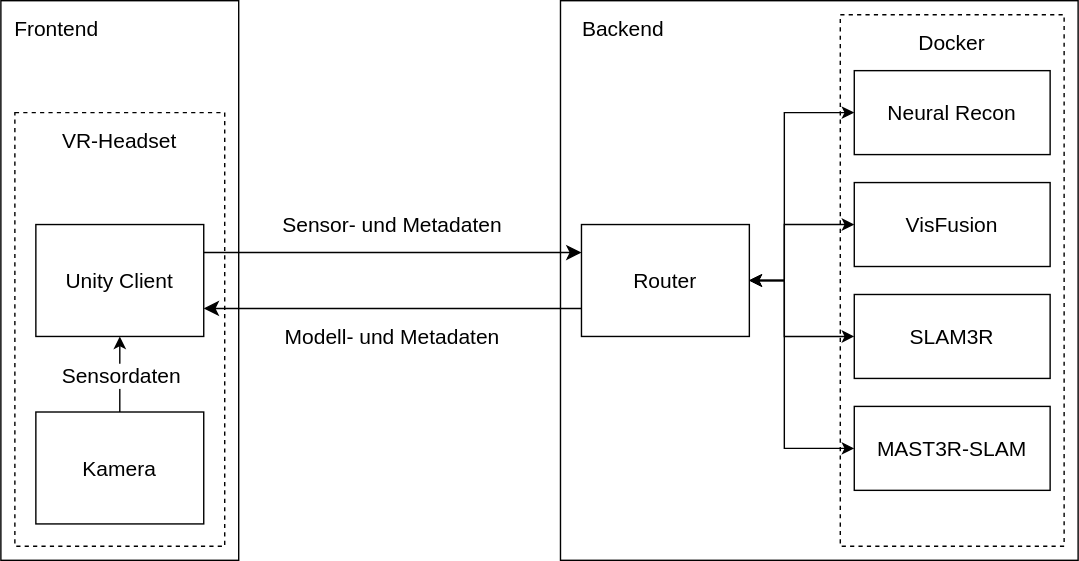
leonrohe/Thesis keeps this draw.io diagram as figures/export/gesamtarchitektur.svg. Above is the earlier version. Source tidied: cells renumbered, new cells last; positions are measured from the earlier drawing's top-left corner, leaving out a move shared by most shapes. Source of this version:
```xml
<mxGraphModel>
  <root>
    <mxCell id="0" />
    <mxCell id="1" parent="0" />
    <mxCell id="2" style="rounded=0;whiteSpace=wrap;html=1;" parent="1" vertex="1">
      <mxGeometry width="170" height="400" as="geometry" />
    </mxCell>
    <mxCell id="3" style="rounded=0;whiteSpace=wrap;html=1;dashed=1;" parent="1" vertex="1">
      <mxGeometry x="10" y="80" width="150" height="310" as="geometry" />
    </mxCell>
    <mxCell id="4" style="rounded=0;whiteSpace=wrap;html=1;" parent="1" vertex="1">
      <mxGeometry x="400" width="370" height="400" as="geometry" />
    </mxCell>
    <mxCell id="5" style="edgeStyle=orthogonalEdgeStyle;rounded=0;jettySize=auto;html=1;exitX=0;exitY=0.75;exitDx=0;exitDy=0;entryX=1;entryY=0.75;entryDx=0;entryDy=0;strokeWidth=1;endSize=8;" parent="1" edge="1" source="6" target="20">
      <mxGeometry relative="1" as="geometry" />
    </mxCell>
    <mxCell id="6" value="Router" style="rounded=0;whiteSpace=wrap;html=1;fontSize=15;" parent="1" vertex="1">
      <mxGeometry x="415" y="160" width="120" height="80" as="geometry" />
    </mxCell>
    <mxCell id="7" style="rounded=0;whiteSpace=wrap;html=1;dashed=1;" parent="1" vertex="1">
      <mxGeometry x="600" y="10" width="160" height="380" as="geometry" />
    </mxCell>
    <mxCell id="8" value="Neural Recon" style="rounded=0;whiteSpace=wrap;html=1;fontSize=15;" parent="1" vertex="1">
      <mxGeometry x="610" y="50" width="140" height="60" as="geometry" />
    </mxCell>
    <mxCell id="9" value="VisFusion" style="rounded=0;whiteSpace=wrap;html=1;fontSize=15;" parent="1" vertex="1">
      <mxGeometry x="610" y="130" width="140" height="60" as="geometry" />
    </mxCell>
    <mxCell id="10" value="MAST3R-SLAM" style="rounded=0;whiteSpace=wrap;html=1;fontSize=15;" parent="1" vertex="1">
      <mxGeometry x="610" y="290" width="140" height="60" as="geometry" />
    </mxCell>
    <mxCell id="11" value="SLAM3R" style="rounded=0;whiteSpace=wrap;html=1;fontSize=15;" parent="1" vertex="1">
      <mxGeometry x="610" y="210" width="140" height="60" as="geometry" />
    </mxCell>
    <mxCell id="12" value="Backend" style="text;html=1;align=center;verticalAlign=middle;whiteSpace=wrap;rounded=0;fontSize=15;" parent="1" vertex="1">
      <mxGeometry x="400" width="90" height="40" as="geometry" />
    </mxCell>
    <mxCell id="13" value="Docker" style="text;html=1;align=center;verticalAlign=middle;whiteSpace=wrap;rounded=0;fontSize=15;" parent="1" vertex="1">
      <mxGeometry x="600" y="10" width="160" height="40" as="geometry" />
    </mxCell>
    <mxCell id="14" style="edgeStyle=orthogonalEdgeStyle;rounded=0;jettySize=auto;html=1;exitX=1;exitY=0.5;exitDx=0;exitDy=0;entryX=0;entryY=0.5;entryDx=0;entryDy=0;startArrow=classic;startFill=1;" parent="1" edge="1" source="6" target="8">
      <mxGeometry relative="1" as="geometry">
        <Array as="points">
          <mxPoint x="560" y="200" />
          <mxPoint x="560" y="80" />
        </Array>
      </mxGeometry>
    </mxCell>
    <mxCell id="15" style="edgeStyle=orthogonalEdgeStyle;rounded=0;jettySize=auto;html=1;exitX=1;exitY=0.5;exitDx=0;exitDy=0;entryX=0;entryY=0.5;entryDx=0;entryDy=0;startArrow=classic;startFill=1;" parent="1" edge="1" source="6" target="10">
      <mxGeometry relative="1" as="geometry">
        <Array as="points">
          <mxPoint x="560" y="200" />
          <mxPoint x="560" y="320" />
        </Array>
      </mxGeometry>
    </mxCell>
    <mxCell id="16" style="edgeStyle=orthogonalEdgeStyle;rounded=0;jettySize=auto;html=1;exitX=1;exitY=0.5;exitDx=0;exitDy=0;entryX=0;entryY=0.5;entryDx=0;entryDy=0;startArrow=classic;startFill=1;" parent="1" edge="1" source="6" target="9">
      <mxGeometry relative="1" as="geometry">
        <Array as="points">
          <mxPoint x="560" y="200" />
          <mxPoint x="560" y="160" />
        </Array>
      </mxGeometry>
    </mxCell>
    <mxCell id="17" style="edgeStyle=orthogonalEdgeStyle;rounded=0;jettySize=auto;html=1;exitX=1;exitY=0.5;exitDx=0;exitDy=0;entryX=0;entryY=0.5;entryDx=0;entryDy=0;startArrow=classic;startFill=1;" parent="1" edge="1" source="6" target="11">
      <mxGeometry relative="1" as="geometry">
        <Array as="points">
          <mxPoint x="560" y="200" />
          <mxPoint x="560" y="240" />
        </Array>
      </mxGeometry>
    </mxCell>
    <mxCell id="18" value="Frontend" style="text;html=1;align=center;verticalAlign=middle;whiteSpace=wrap;rounded=0;fontSize=15;" parent="1" vertex="1">
      <mxGeometry width="80" height="40" as="geometry" />
    </mxCell>
    <mxCell id="19" style="edgeStyle=orthogonalEdgeStyle;rounded=0;jettySize=auto;html=1;exitX=1;exitY=0.25;exitDx=0;exitDy=0;entryX=0;entryY=0.25;entryDx=0;entryDy=0;endSize=8;" parent="1" edge="1" source="20" target="6">
      <mxGeometry relative="1" as="geometry" />
    </mxCell>
    <mxCell id="20" value="Unity Client" style="rounded=0;whiteSpace=wrap;html=1;fontSize=15;" parent="1" vertex="1">
      <mxGeometry x="25" y="160" width="120" height="80" as="geometry" />
    </mxCell>
    <mxCell id="21" value="VR-Headset" style="text;html=1;align=center;verticalAlign=middle;whiteSpace=wrap;rounded=0;fontSize=15;" parent="1" vertex="1">
      <mxGeometry x="10" y="80" width="150" height="40" as="geometry" />
    </mxCell>
    <mxCell id="22" value="Sensor- und Metadaten" style="text;html=1;align=center;verticalAlign=middle;whiteSpace=wrap;rounded=0;fontSize=15;" parent="1" vertex="1">
      <mxGeometry x="200" y="145" width="160" height="30" as="geometry" />
    </mxCell>
    <mxCell id="23" value="Modell- und Metadaten" style="text;html=1;align=center;verticalAlign=middle;whiteSpace=wrap;rounded=0;fontSize=15;" parent="1" vertex="1">
      <mxGeometry x="200" y="225" width="160" height="30" as="geometry" />
    </mxCell>
    <mxCell id="24" style="edgeStyle=orthogonalEdgeStyle;rounded=0;jettySize=auto;html=1;" parent="1" edge="1" source="26" target="20">
      <mxGeometry relative="1" as="geometry" />
    </mxCell>
    <mxCell id="25" value="Sensordaten" style="edgeLabel;html=1;align=center;verticalAlign=middle;fontSize=15;" parent="24" vertex="1">
      <mxGeometry x="0.37" y="2" relative="1" as="geometry">
        <mxPoint x="2" y="10" as="offset" />
      </mxGeometry>
    </mxCell>
    <mxCell id="26" value="Kamera" style="rounded=0;whiteSpace=wrap;html=1;fontSize=15;" parent="1" vertex="1">
      <mxGeometry x="25" y="294" width="120" height="80" as="geometry" />
    </mxCell>
  </root>
</mxGraphModel>
```
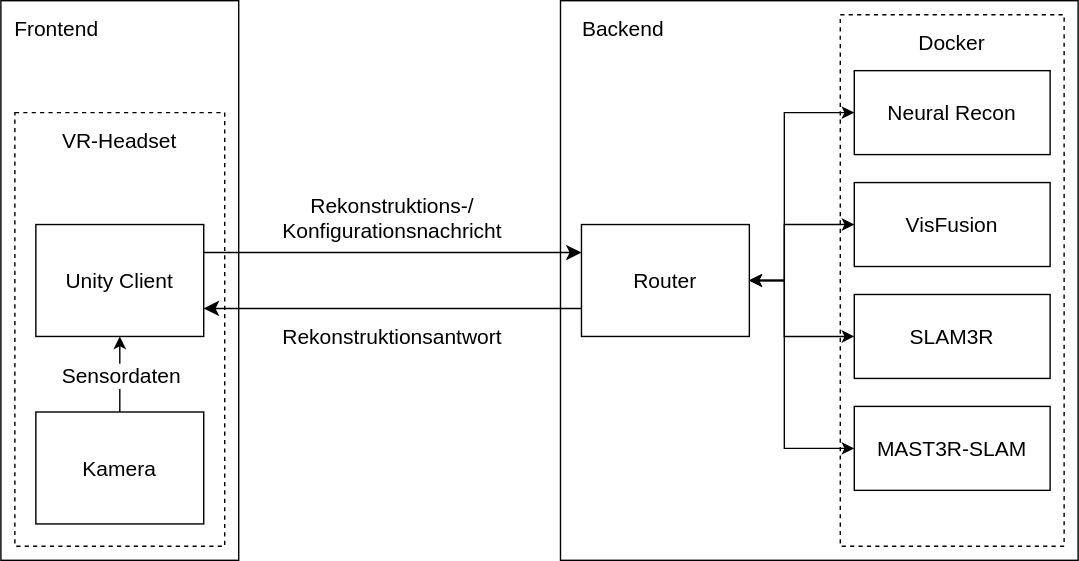
After the commit.

Change to the diagram source:
```diff
@@ -82,10 +82,10 @@
     <mxCell id="21" value="VR-Headset" style="text;html=1;align=center;verticalAlign=middle;whiteSpace=wrap;rounded=0;fontSize=15;" parent="1" vertex="1">
       <mxGeometry x="10" y="80" width="150" height="40" as="geometry" />
     </mxCell>
-    <mxCell id="22" value="Sensor- und Metadaten" style="text;html=1;align=center;verticalAlign=middle;whiteSpace=wrap;rounded=0;fontSize=15;" parent="1" vertex="1">
-      <mxGeometry x="200" y="145" width="160" height="30" as="geometry" />
+    <mxCell id="22" value="Rekonstruktions-/&lt;br&gt;Konfigurationsnachricht" style="text;html=1;align=center;verticalAlign=middle;whiteSpace=wrap;rounded=0;fontSize=15;" parent="1" vertex="1">
+      <mxGeometry x="200" y="140" width="160" height="30" as="geometry" />
     </mxCell>
-    <mxCell id="23" value="Modell- und Metadaten" style="text;html=1;align=center;verticalAlign=middle;whiteSpace=wrap;rounded=0;fontSize=15;" parent="1" vertex="1">
+    <mxCell id="23" value="Rekonstruktionsantwort" style="text;html=1;align=center;verticalAlign=middle;whiteSpace=wrap;rounded=0;fontSize=15;" parent="1" vertex="1">
       <mxGeometry x="200" y="225" width="160" height="30" as="geometry" />
     </mxCell>
     <mxCell id="24" style="edgeStyle=orthogonalEdgeStyle;rounded=0;jettySize=auto;html=1;" parent="1" edge="1" source="26" target="20">
```
